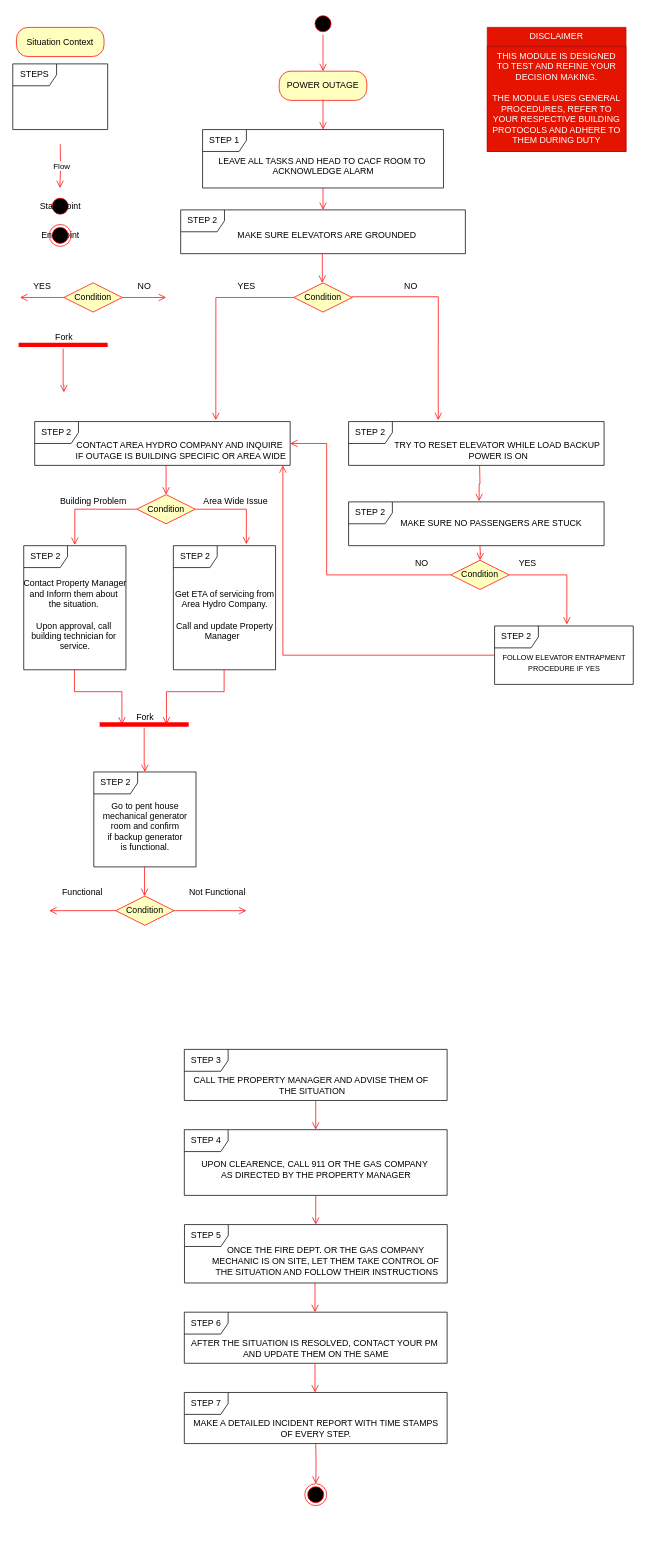
Before: MODULES/Mod 4 Procedure POWER OUTAGE.drawio in s-nasir/ModTrain, a draw.io diagram. Source tidied: cells renumbered, new cells numbered last; positions are measured from the earlier drawing's top-left corner, leaving out a move shared by most shapes. Both pictures are drawn from the tidied source at 73%, with x=0, y=0 at pixel (12, 12).
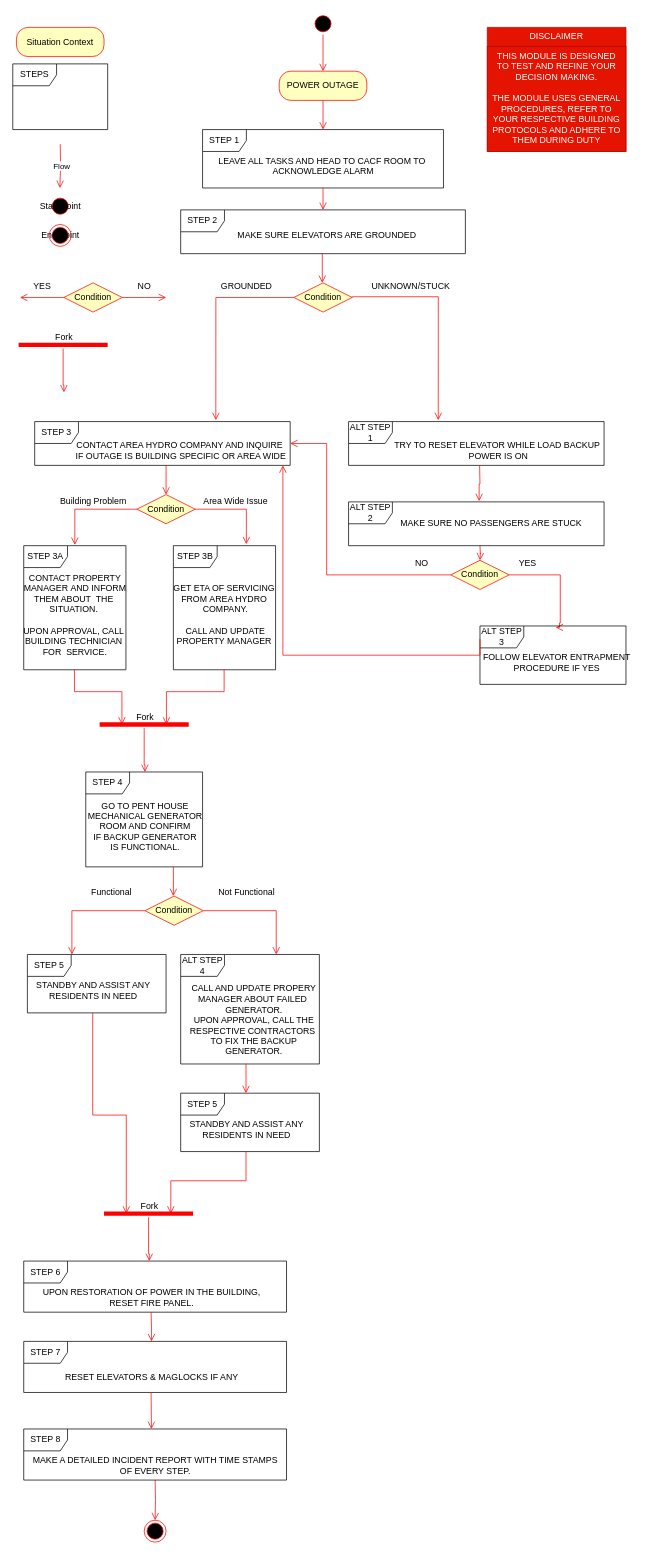
After the change.

Commit message:
Completed Mod 4 Procedure POWER OUTAGE

The change refers to these unchanged cells:
```xml
<mxCell id="22" value="Condition" style="rhombus;whiteSpace=wrap;html=1;fontColor=#000000;fillColor=#ffffc0;strokeColor=#ff0000;" parent="1" vertex="1">
  <mxGeometry x="600" y="750" width="80" height="40" as="geometry" />
</mxCell>
```

What changed in the source:
```diff
@@
-    <mxCell id="16" value="STEP 3" style="shape=umlFrame;whiteSpace=wrap;html=1;" parent="1" vertex="1">
-      <mxGeometry x="235" y="1420" width="360" height="70" as="geometry" />
-    </mxCell>
-    <mxCell id="17" value="CALL THE PROPERTY MANAGER AND ADVISE THEM OF&amp;nbsp;&lt;br&gt;THE SITUATION" style="text;html=1;align=center;verticalAlign=middle;strokeColor=none;fillColor=none;" parent="1" vertex="1">
-      <mxGeometry x="235" y="1450" width="350" height="40" as="geometry" />
-    </mxCell>
@@
-    <mxCell id="19" value="STEP 4" style="shape=umlFrame;whiteSpace=wrap;html=1;" parent="1" vertex="1">
-      <mxGeometry x="235" y="1530" width="360" height="90" as="geometry" />
-    </mxCell>
-    <mxCell id="20" value="UPON CLEARENCE, CALL 911 OR THE GAS COMPANY&amp;nbsp;&lt;br&gt;AS DIRECTED BY THE PROPERTY MANAGER" style="text;html=1;align=center;verticalAlign=middle;strokeColor=none;fillColor=none;" parent="1" vertex="1">
-      <mxGeometry x="245.2" y="1565" width="340" height="40" as="geometry" />
-    </mxCell>
-    <mxCell id="21" style="edgeStyle=orthogonalEdgeStyle;html=1;verticalAlign=bottom;endArrow=open;endSize=8;strokeColor=#ff0000;rounded=0;" parent="1" edge="1">
-      <mxGeometry relative="1" as="geometry">
-        <mxPoint x="415" y="1620" as="sourcePoint" />
-        <mxPoint x="415" y="1660" as="targetPoint" />
-      </mxGeometry>
-    </mxCell>
@@
-    <mxCell id="23" style="edgeStyle=orthogonalEdgeStyle;html=1;align=left;verticalAlign=bottom;endArrow=open;endSize=8;strokeColor=#ff0000;rounded=0;entryX=0.521;entryY=-0.025;entryDx=0;entryDy=0;entryPerimeter=0;" parent="1" edge="1" source="22" target="54">
+    <mxCell id="23" style="edgeStyle=orthogonalEdgeStyle;html=1;align=left;verticalAlign=bottom;endArrow=open;endSize=8;strokeColor=#ff0000;rounded=0;entryX=0.519;entryY=0.025;entryDx=0;entryDy=0;entryPerimeter=0;" parent="1" edge="1" source="22" target="54">
       <mxGeometry x="-0.05" y="20" relative="1" as="geometry">
         <Array as="points">
-          <mxPoint x="759" y="770" />
+          <mxPoint x="750" y="770" />
+          <mxPoint x="750" y="836" />
+          <mxPoint x="749" y="836" />
         </Array>
       </mxGeometry>
     </mxCell>
@@
-    <mxCell id="28" style="edgeStyle=orthogonalEdgeStyle;html=1;verticalAlign=bottom;endArrow=open;endSize=8;strokeColor=#ff0000;rounded=0;" parent="1" edge="1">
-      <mxGeometry relative="1" as="geometry">
-        <mxPoint x="415" y="1490" as="sourcePoint" />
-        <mxPoint x="415" y="1530" as="targetPoint" />
-      </mxGeometry>
-    </mxCell>
@@
-    <mxCell id="32" value="ONCE THE FIRE DEPT. OR THE GAS COMPANY&amp;nbsp;&lt;br&gt;MECHANIC IS ON SITE, LET THEM TAKE CONTROL OF&amp;nbsp;&lt;br&gt;THE SITUATION AND FOLLOW THEIR INSTRUCTIONS" style="text;html=1;align=center;verticalAlign=middle;strokeColor=none;fillColor=none;" parent="1" vertex="1">
-      <mxGeometry x="260" y="1680" width="340" height="60" as="geometry" />
-    </mxCell>
-    <mxCell id="33" value="STEP 5" style="shape=umlFrame;whiteSpace=wrap;html=1;" parent="1" vertex="1">
-      <mxGeometry x="235.2" y="1660" width="360" height="80" as="geometry" />
-    </mxCell>
-    <mxCell id="34" value="AFTER THE SITUATION IS RESOLVED, CONTACT YOUR PM&amp;nbsp;&lt;br&gt;AND UPDATE THEM ON THE SAME" style="text;html=1;align=center;verticalAlign=middle;strokeColor=none;fillColor=none;" parent="1" vertex="1">
-      <mxGeometry x="230" y="1810" width="370" height="40" as="geometry" />
-    </mxCell>
-    <mxCell id="35" value="STEP 6" style="shape=umlFrame;whiteSpace=wrap;html=1;" parent="1" vertex="1">
-      <mxGeometry x="235" y="1780" width="360" height="70" as="geometry" />
-    </mxCell>
-    <mxCell id="36" style="edgeStyle=orthogonalEdgeStyle;html=1;verticalAlign=bottom;endArrow=open;endSize=8;strokeColor=#ff0000;rounded=0;" parent="1" edge="1">
-      <mxGeometry relative="1" as="geometry">
-        <mxPoint x="414" y="1740" as="sourcePoint" />
-        <mxPoint x="414" y="1780" as="targetPoint" />
-      </mxGeometry>
-    </mxCell>
-    <mxCell id="37" style="edgeStyle=orthogonalEdgeStyle;html=1;verticalAlign=bottom;endArrow=open;endSize=8;strokeColor=#ff0000;rounded=0;" parent="1" edge="1">
-      <mxGeometry relative="1" as="geometry">
-        <mxPoint x="414" y="1850" as="sourcePoint" />
-        <mxPoint x="414" y="1890" as="targetPoint" />
-      </mxGeometry>
-    </mxCell>
     <mxCell id="38" style="edgeStyle=orthogonalEdgeStyle;html=1;verticalAlign=bottom;endArrow=open;endSize=8;strokeColor=#ff0000;rounded=0;" parent="1" edge="1" target="39">
       <mxGeometry relative="1" as="geometry">
-        <mxPoint x="415" y="1960" as="sourcePoint" />
+        <mxPoint x="195" y="2010" as="sourcePoint" />
       </mxGeometry>
     </mxCell>
     <mxCell id="39" style="ellipse;html=1;shape=endState;fillColor=#000000;strokeColor=#ff0000;" parent="1" vertex="1">
-      <mxGeometry x="400" y="2015" width="30" height="30" as="geometry" />
+      <mxGeometry x="180" y="2065" width="30" height="30" as="geometry" />
     </mxCell>
     <mxCell id="40" value="MAKE A DETAILED INCIDENT REPORT WITH TIME STAMPS &lt;br&gt;OF EVERY STEP." style="text;html=1;align=center;verticalAlign=middle;strokeColor=none;fillColor=none;" parent="1" vertex="1">
-      <mxGeometry x="235" y="1920" width="360" height="40" as="geometry" />
+      <mxGeometry x="15" y="1970" width="360" height="40" as="geometry" />
     </mxCell>
-    <mxCell id="41" value="STEP 7" style="shape=umlFrame;whiteSpace=wrap;html=1;" parent="1" vertex="1">
-      <mxGeometry x="235" y="1890" width="360" height="70" as="geometry" />
+    <mxCell id="41" value="STEP 8" style="shape=umlFrame;whiteSpace=wrap;html=1;" parent="1" vertex="1">
+      <mxGeometry x="15" y="1940" width="360" height="70" as="geometry" />
     </mxCell>
@@
-    <mxCell id="46" value="YES" style="text;html=1;align=center;verticalAlign=middle;strokeColor=none;fillColor=none;" parent="1" vertex="1">
-      <mxGeometry x="295" y="360" width="50" height="30" as="geometry" />
+    <mxCell id="46" value="GROUNDED" style="text;html=1;align=center;verticalAlign=middle;strokeColor=none;fillColor=none;" parent="1" vertex="1">
+      <mxGeometry x="275" y="360" width="90" height="30" as="geometry" />
     </mxCell>
-    <mxCell id="47" value="STEP 2" style="shape=umlFrame;whiteSpace=wrap;html=1;" parent="1" vertex="1">
+    <mxCell id="47" value="STEP 3" style="shape=umlFrame;whiteSpace=wrap;html=1;" parent="1" vertex="1">
       <mxGeometry x="30" y="560" width="350" height="60" as="geometry" />
     </mxCell>
@@
-    <mxCell id="49" value="STEP 2" style="shape=umlFrame;whiteSpace=wrap;html=1;" parent="1" vertex="1">
+    <mxCell id="49" value="ALT STEP 1" style="shape=umlFrame;whiteSpace=wrap;html=1;" parent="1" vertex="1">
       <mxGeometry x="460" y="560" width="350" height="60" as="geometry" />
     </mxCell>
@@
-    <mxCell id="51" value="NO" style="text;html=1;align=center;verticalAlign=middle;strokeColor=none;fillColor=none;" parent="1" vertex="1">
-      <mxGeometry x="525" y="360" width="40" height="30" as="geometry" />
+    <mxCell id="51" value="UNKNOWN/STUCK" style="text;html=1;align=center;verticalAlign=middle;strokeColor=none;fillColor=none;" parent="1" vertex="1">
+      <mxGeometry x="480" y="360" width="130" height="30" as="geometry" />
     </mxCell>
-    <mxCell id="52" value="STEP 2" style="shape=umlFrame;whiteSpace=wrap;html=1;" parent="1" vertex="1">
+    <mxCell id="52" value="ALT STEP 2" style="shape=umlFrame;whiteSpace=wrap;html=1;" parent="1" vertex="1">
       <mxGeometry x="460" y="670" width="350" height="60" as="geometry" />
     </mxCell>
@@
-    <mxCell id="54" value="STEP 2" style="shape=umlFrame;whiteSpace=wrap;html=1;" parent="1" vertex="1">
-      <mxGeometry x="660" y="840" width="190" height="80" as="geometry" />
+    <mxCell id="54" value="ALT STEP 3" style="shape=umlFrame;whiteSpace=wrap;html=1;" parent="1" vertex="1">
+      <mxGeometry x="640" y="840" width="200" height="80" as="geometry" />
     </mxCell>
-    <mxCell id="55" value="&lt;font style=&quot;font-size: 10px;&quot;&gt;FOLLOW ELEVATOR ENTRAPMENT &lt;br&gt;PROCEDURE IF YES&lt;/font&gt;" style="text;html=1;align=center;verticalAlign=middle;strokeColor=none;fillColor=none;" parent="1" vertex="1">
-      <mxGeometry x="660" y="870" width="190" height="40" as="geometry" />
+    <mxCell id="55" value="&lt;font style=&quot;font-size: 12px;&quot;&gt;FOLLOW ELEVATOR ENTRAPMENT &lt;br&gt;PROCEDURE IF YES&lt;/font&gt;" style="text;html=1;align=center;verticalAlign=middle;strokeColor=none;fillColor=none;" parent="1" vertex="1">
+      <mxGeometry x="630" y="870" width="230" height="40" as="geometry" />
     </mxCell>
@@
-    <mxCell id="57" style="edgeStyle=orthogonalEdgeStyle;html=1;align=left;verticalAlign=top;endArrow=open;endSize=8;strokeColor=#ff0000;rounded=0;exitX=0;exitY=0.5;exitDx=0;exitDy=0;" parent="1" edge="1" target="47">
+    <mxCell id="57" style="edgeStyle=orthogonalEdgeStyle;html=1;align=left;verticalAlign=top;endArrow=open;endSize=8;strokeColor=#ff0000;rounded=0;exitX=0;exitY=0.225;exitDx=0;exitDy=0;exitPerimeter=0;" parent="1" edge="1" source="54" target="47">
       <mxGeometry x="0.2" y="60" relative="1" as="geometry">
-        <mxPoint x="660" y="880" as="sourcePoint" />
         <Array as="points">
+          <mxPoint x="640" y="880" />
           <mxPoint x="370" y="880" />
         </Array>
       </mxGeometry>
     </mxCell>
@@
-    <mxCell id="71" value="STEP 2" style="shape=umlFrame;whiteSpace=wrap;html=1;" parent="1" vertex="1">
+    <mxCell id="71" value="STEP 3A" style="shape=umlFrame;whiteSpace=wrap;html=1;" parent="1" vertex="1">
       <mxGeometry x="15" y="730" width="140" height="170" as="geometry" />
     </mxCell>
-    <mxCell id="72" value="STEP 2" style="shape=umlFrame;whiteSpace=wrap;html=1;" parent="1" vertex="1">
+    <mxCell id="72" value="STEP 3B" style="shape=umlFrame;whiteSpace=wrap;html=1;" parent="1" vertex="1">
       <mxGeometry x="220" y="730" width="140" height="170" as="geometry" />
     </mxCell>
-    <mxCell id="73" value="Contact Property Manager&lt;br&gt;and Inform them about&amp;nbsp;&lt;br&gt;the situation.&amp;nbsp;&lt;br&gt;&lt;br&gt;Upon approval, call&amp;nbsp;&lt;br&gt;building technician for&amp;nbsp;&lt;br&gt;service." style="text;html=1;align=center;verticalAlign=middle;strokeColor=none;fillColor=none;" parent="1" vertex="1">
-      <mxGeometry x="5" y="770" width="160" height="110" as="geometry" />
+    <mxCell id="73" value="&lt;div&gt;CONTACT PROPERTY&lt;/div&gt;&lt;div&gt;&amp;nbsp;MANAGER&amp;nbsp;&lt;span style=&quot;background-color: initial;&quot;&gt;AND INFORM&amp;nbsp;&lt;/span&gt;&lt;/div&gt;&lt;div&gt;THEM ABOUT&amp;nbsp;&amp;nbsp;&lt;span style=&quot;background-color: initial;&quot;&gt;THE&amp;nbsp;&lt;/span&gt;&lt;/div&gt;&lt;div&gt;&lt;span style=&quot;background-color: initial;&quot;&gt;SITUATION.&amp;nbsp;&lt;/span&gt;&lt;/div&gt;&lt;div&gt;&lt;br&gt;&lt;/div&gt;&lt;div&gt;UPON APPROVAL, CALL&amp;nbsp;&lt;/div&gt;&lt;div&gt;BUILDING TECHNICIAN&amp;nbsp;&lt;/div&gt;&lt;div&gt;FOR&amp;nbsp;&amp;nbsp;&lt;span style=&quot;background-color: initial;&quot;&gt;SERVICE.&lt;/span&gt;&lt;/div&gt;" style="text;html=1;align=center;verticalAlign=middle;strokeColor=none;fillColor=none;" parent="1" vertex="1">
+      <mxGeometry y="760" width="170" height="130" as="geometry" />
     </mxCell>
-    <mxCell id="74" value="Get ETA of servicing from&lt;br&gt;Area Hydro Company.&lt;br&gt;&lt;br&gt;Call and update Property&lt;br&gt;Manager&amp;nbsp;&amp;nbsp;" style="text;html=1;align=center;verticalAlign=middle;strokeColor=none;fillColor=none;" parent="1" vertex="1">
-      <mxGeometry x="210" y="780" width="160" height="90" as="geometry" />
+    <mxCell id="74" value="&lt;div&gt;GET ETA OF SERVICING&amp;nbsp;&lt;/div&gt;&lt;div&gt;FROM&amp;nbsp;&lt;span style=&quot;background-color: initial;&quot;&gt;AREA HYDRO&amp;nbsp;&lt;/span&gt;&lt;/div&gt;&lt;div&gt;&lt;span style=&quot;background-color: initial;&quot;&gt;COMPANY.&lt;/span&gt;&lt;/div&gt;&lt;div&gt;&lt;br&gt;&lt;/div&gt;&lt;div&gt;CALL AND UPDATE&lt;/div&gt;&lt;div&gt;&amp;nbsp;PROPERTY&amp;nbsp;&lt;span style=&quot;background-color: initial;&quot;&gt;MANAGER&amp;nbsp;&amp;nbsp;&lt;/span&gt;&lt;/div&gt;" style="text;html=1;align=center;verticalAlign=middle;strokeColor=none;fillColor=none;" parent="1" vertex="1">
+      <mxGeometry x="206" y="775" width="170" height="100" as="geometry" />
     </mxCell>
@@
-    <mxCell id="80" value="STEP 2" style="shape=umlFrame;whiteSpace=wrap;html=1;" parent="1" vertex="1">
-      <mxGeometry x="111" y="1040" width="140" height="130" as="geometry" />
+    <mxCell id="80" value="STEP 4" style="shape=umlFrame;whiteSpace=wrap;html=1;" parent="1" vertex="1">
+      <mxGeometry x="100" y="1040" width="160" height="130" as="geometry" />
     </mxCell>
-    <mxCell id="81" value="Go to pent house &lt;br&gt;mechanical generator &lt;br&gt;room and&amp;nbsp;confirm &lt;br&gt;if backup&amp;nbsp;generator &lt;br&gt;is functional." style="text;html=1;align=center;verticalAlign=middle;strokeColor=none;fillColor=none;" parent="1" vertex="1">
-      <mxGeometry x="111" y="1070" width="140" height="90" as="geometry" />
+    <mxCell id="81" value="&lt;div&gt;GO TO PENT HOUSE&lt;/div&gt;&lt;div&gt;MECHANICAL GENERATOR&lt;/div&gt;&lt;div&gt;ROOM AND CONFIRM&lt;/div&gt;&lt;div&gt;IF BACKUP GENERATOR&lt;/div&gt;&lt;div&gt;IS FUNCTIONAL.&lt;/div&gt;" style="text;html=1;align=center;verticalAlign=middle;strokeColor=none;fillColor=none;" parent="1" vertex="1">
+      <mxGeometry x="91" y="1070" width="180" height="90" as="geometry" />
     </mxCell>
     <mxCell id="82" value="Condition" style="rhombus;whiteSpace=wrap;html=1;fontColor=#000000;fillColor=#ffffc0;strokeColor=#ff0000;" parent="1" vertex="1">
-      <mxGeometry x="141" y="1210" width="80" height="40" as="geometry" />
+      <mxGeometry x="181" y="1210" width="80" height="40" as="geometry" />
     </mxCell>
-    <mxCell id="83" style="edgeStyle=orthogonalEdgeStyle;html=1;align=left;verticalAlign=bottom;endArrow=open;endSize=8;strokeColor=#ff0000;rounded=0;" parent="1" edge="1" source="82">
+    <mxCell id="83" style="edgeStyle=orthogonalEdgeStyle;html=1;align=left;verticalAlign=bottom;endArrow=open;endSize=8;strokeColor=#ff0000;rounded=0;entryX=0.689;entryY=0;entryDx=0;entryDy=0;entryPerimeter=0;" parent="1" edge="1" source="82" target="88">
       <mxGeometry x="-0.25" y="10" relative="1" as="geometry">
-        <mxPoint x="320" y="1230" as="targetPoint" />
+        <Array as="points">
+          <mxPoint x="361" y="1230" />
+        </Array>
       </mxGeometry>
     </mxCell>
-    <mxCell id="84" style="edgeStyle=orthogonalEdgeStyle;html=1;align=left;verticalAlign=top;endArrow=open;endSize=8;strokeColor=#ff0000;rounded=0;" parent="1" edge="1">
+    <mxCell id="84" style="edgeStyle=orthogonalEdgeStyle;html=1;align=left;verticalAlign=top;endArrow=open;endSize=8;strokeColor=#ff0000;rounded=0;entryX=0.321;entryY=0;entryDx=0;entryDy=0;entryPerimeter=0;" parent="1" edge="1" target="90">
       <mxGeometry x="0.2" y="60" relative="1" as="geometry">
-        <mxPoint x="141" y="1230" as="sourcePoint" />
-        <mxPoint x="50" y="1230" as="targetPoint" />
+        <mxPoint x="181" y="1230" as="sourcePoint" />
         <Array as="points">
-          <mxPoint x="141" y="1230" />
-          <mxPoint x="141" y="1230" />
+          <mxPoint x="81" y="1230" />
         </Array>
       </mxGeometry>
     </mxCell>
     <mxCell id="85" value="Functional" style="text;html=1;align=center;verticalAlign=middle;strokeColor=none;fillColor=none;" parent="1" vertex="1">
-      <mxGeometry x="55" y="1190" width="80" height="30" as="geometry" />
+      <mxGeometry x="95" y="1190" width="80" height="30" as="geometry" />
     </mxCell>
     <mxCell id="86" value="Not Functional" style="text;html=1;align=center;verticalAlign=middle;strokeColor=none;fillColor=none;" parent="1" vertex="1">
-      <mxGeometry x="230" y="1190" width="100" height="30" as="geometry" />
+      <mxGeometry x="270" y="1190" width="100" height="30" as="geometry" />
     </mxCell>
     <mxCell id="87" style="edgeStyle=orthogonalEdgeStyle;html=1;verticalAlign=bottom;endArrow=open;endSize=8;strokeColor=#ff0000;rounded=0;" parent="1" edge="1">
       <mxGeometry relative="1" as="geometry">
-        <mxPoint x="180.5" y="1170" as="sourcePoint" />
-        <mxPoint x="180.5" y="1210" as="targetPoint" />
+        <mxPoint x="220" y="1170" as="sourcePoint" />
+        <mxPoint x="220" y="1210" as="targetPoint" />
       </mxGeometry>
     </mxCell>
+    <mxCell id="88" value="ALT STEP 4" style="shape=umlFrame;whiteSpace=wrap;html=1;" parent="1" vertex="1">
+      <mxGeometry x="230" y="1290" width="190" height="150" as="geometry" />
+    </mxCell>
+    <mxCell id="89" value="&lt;span style=&quot;&quot;&gt;CALL AND UPDATE PROPERY &lt;br&gt;MANAGER ABOUT FAILED&amp;nbsp;&lt;br&gt;GENERATOR.&lt;br&gt;UPON APPROVAL, CALL THE&lt;br&gt;RESPECTIVE CONTRACTORS&amp;nbsp;&lt;br&gt;TO FIX THE BACKUP &lt;br&gt;GENERATOR.&lt;br&gt;&lt;/span&gt;" style="text;html=1;align=center;verticalAlign=middle;strokeColor=none;fillColor=none;" parent="1" vertex="1">
+      <mxGeometry x="230" y="1325" width="200" height="110" as="geometry" />
+    </mxCell>
+    <mxCell id="90" value="STEP 5" style="shape=umlFrame;whiteSpace=wrap;html=1;" parent="1" vertex="1">
+      <mxGeometry x="20" y="1290" width="190" height="80" as="geometry" />
+    </mxCell>
+    <mxCell id="91" value="&lt;span style=&quot;&quot;&gt;STANDBY AND ASSIST ANY&lt;br&gt;RESIDENTS IN NEED&lt;br&gt;&lt;/span&gt;" style="text;html=1;align=center;verticalAlign=middle;strokeColor=none;fillColor=none;" parent="1" vertex="1">
+      <mxGeometry x="20" y="1320" width="180" height="40" as="geometry" />
+    </mxCell>
+    <mxCell id="92" value="STEP 5" style="shape=umlFrame;whiteSpace=wrap;html=1;" parent="1" vertex="1">
+      <mxGeometry x="230" y="1480" width="190" height="80" as="geometry" />
+    </mxCell>
+    <mxCell id="93" value="&lt;span style=&quot;&quot;&gt;STANDBY AND ASSIST ANY&lt;br&gt;RESIDENTS IN NEED&lt;br&gt;&lt;/span&gt;" style="text;html=1;align=center;verticalAlign=middle;strokeColor=none;fillColor=none;" parent="1" vertex="1">
+      <mxGeometry x="230" y="1510" width="180" height="40" as="geometry" />
+    </mxCell>
+    <mxCell id="94" style="edgeStyle=orthogonalEdgeStyle;html=1;verticalAlign=bottom;endArrow=open;endSize=8;strokeColor=#ff0000;rounded=0;" parent="1" edge="1">
+      <mxGeometry relative="1" as="geometry">
+        <mxPoint x="319.5" y="1440" as="sourcePoint" />
+        <mxPoint x="319.5" y="1480" as="targetPoint" />
+      </mxGeometry>
+    </mxCell>
+    <mxCell id="95" style="shape=line;html=1;strokeWidth=6;strokeColor=#ff0000;" parent="1" vertex="1">
+      <mxGeometry x="125" y="1640" width="122" height="10" as="geometry" />
+    </mxCell>
+    <mxCell id="96" style="edgeStyle=orthogonalEdgeStyle;html=1;verticalAlign=bottom;endArrow=open;endSize=8;strokeColor=#ff0000;rounded=0;" parent="1" edge="1" source="95">
+      <mxGeometry relative="1" as="geometry">
+        <mxPoint x="187" y="1710" as="targetPoint" />
+        <Array as="points">
+          <mxPoint x="186" y="1700" />
+          <mxPoint x="187" y="1700" />
+        </Array>
+      </mxGeometry>
+    </mxCell>
+    <mxCell id="97" value="Fork" style="text;html=1;align=center;verticalAlign=middle;strokeColor=none;fillColor=none;" parent="1" vertex="1">
+      <mxGeometry x="162" y="1620" width="50" height="30" as="geometry" />
+    </mxCell>
+    <mxCell id="98" style="edgeStyle=orthogonalEdgeStyle;html=1;verticalAlign=bottom;endArrow=open;endSize=8;strokeColor=#ff0000;rounded=0;entryX=0.75;entryY=0.5;entryDx=0;entryDy=0;entryPerimeter=0;" parent="1" edge="1" target="95">
+      <mxGeometry relative="1" as="geometry">
+        <mxPoint x="319.5" y="1560" as="sourcePoint" />
+        <Array as="points">
+          <mxPoint x="320" y="1600" />
+          <mxPoint x="217" y="1600" />
+        </Array>
+      </mxGeometry>
+    </mxCell>
+    <mxCell id="99" style="edgeStyle=orthogonalEdgeStyle;html=1;verticalAlign=bottom;endArrow=open;endSize=8;strokeColor=#ff0000;rounded=0;entryX=0.25;entryY=0.5;entryDx=0;entryDy=0;entryPerimeter=0;" parent="1" edge="1" target="95">
+      <mxGeometry relative="1" as="geometry">
+        <mxPoint x="109.5" y="1370" as="sourcePoint" />
+        <Array as="points">
+          <mxPoint x="110" y="1510" />
+          <mxPoint x="156" y="1510" />
+        </Array>
+      </mxGeometry>
+    </mxCell>
+    <mxCell id="35" value="STEP 6" style="shape=umlFrame;whiteSpace=wrap;html=1;" parent="1" vertex="1">
+      <mxGeometry x="15" y="1710" width="360" height="70" as="geometry" />
+    </mxCell>
+    <mxCell id="100" value="UPON RESTORATION OF POWER IN THE BUILDING,&lt;br&gt;RESET FIRE PANEL." style="text;html=1;align=center;verticalAlign=middle;strokeColor=none;fillColor=none;" parent="1" vertex="1">
+      <mxGeometry x="30" y="1740" width="320" height="40" as="geometry" />
+    </mxCell>
+    <mxCell id="101" value="STEP 7" style="shape=umlFrame;whiteSpace=wrap;html=1;" parent="1" vertex="1">
+      <mxGeometry x="15" y="1820" width="360" height="70" as="geometry" />
+    </mxCell>
+    <mxCell id="102" value="RESET ELEVATORS &amp;amp; MAGLOCKS IF ANY" style="text;html=1;align=center;verticalAlign=middle;strokeColor=none;fillColor=none;" parent="1" vertex="1">
+      <mxGeometry x="60" y="1855" width="260" height="30" as="geometry" />
+    </mxCell>
+    <mxCell id="103" style="edgeStyle=orthogonalEdgeStyle;html=1;verticalAlign=bottom;endArrow=open;endSize=8;strokeColor=#ff0000;rounded=0;entryX=0.486;entryY=0;entryDx=0;entryDy=0;entryPerimeter=0;" parent="1" edge="1" target="41">
+      <mxGeometry relative="1" as="geometry">
+        <mxPoint x="189.5" y="1890" as="sourcePoint" />
+      </mxGeometry>
+    </mxCell>
+    <mxCell id="104" style="edgeStyle=orthogonalEdgeStyle;html=1;verticalAlign=bottom;endArrow=open;endSize=8;strokeColor=#ff0000;rounded=0;" parent="1" edge="1">
+      <mxGeometry relative="1" as="geometry">
+        <mxPoint x="189.5" y="1780" as="sourcePoint" />
+        <mxPoint x="190" y="1820" as="targetPoint" />
+      </mxGeometry>
+    </mxCell>
```
